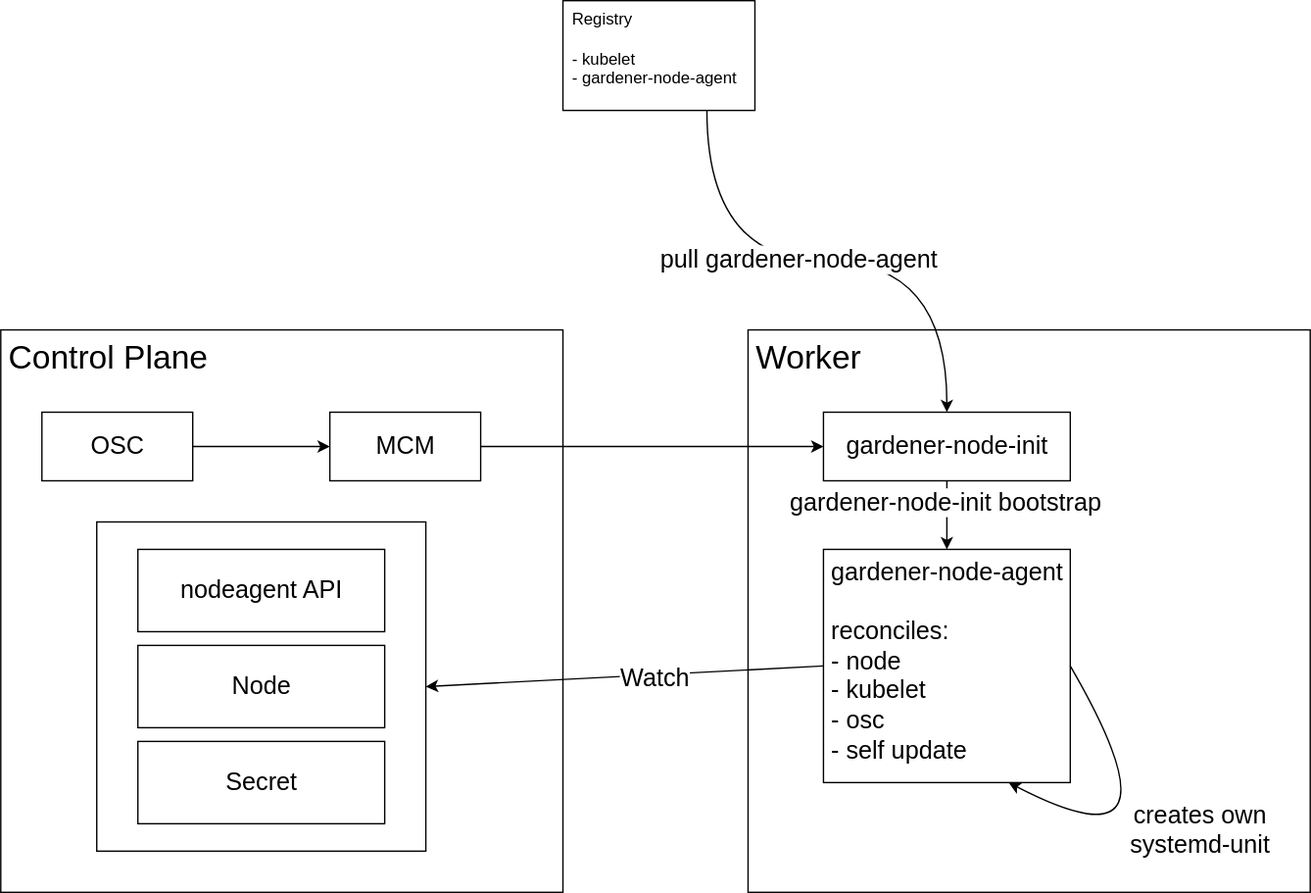
gardener-community/hackathon keeps this draw.io diagram as 2023-05-22-Leverkusen/gardener-node-agent/design.drawio.svg. Above is the earlier version. Source tidied: cells renumbered, new cells last; positions are measured from the earlier drawing's top-left corner, leaving out a move shared by most shapes.
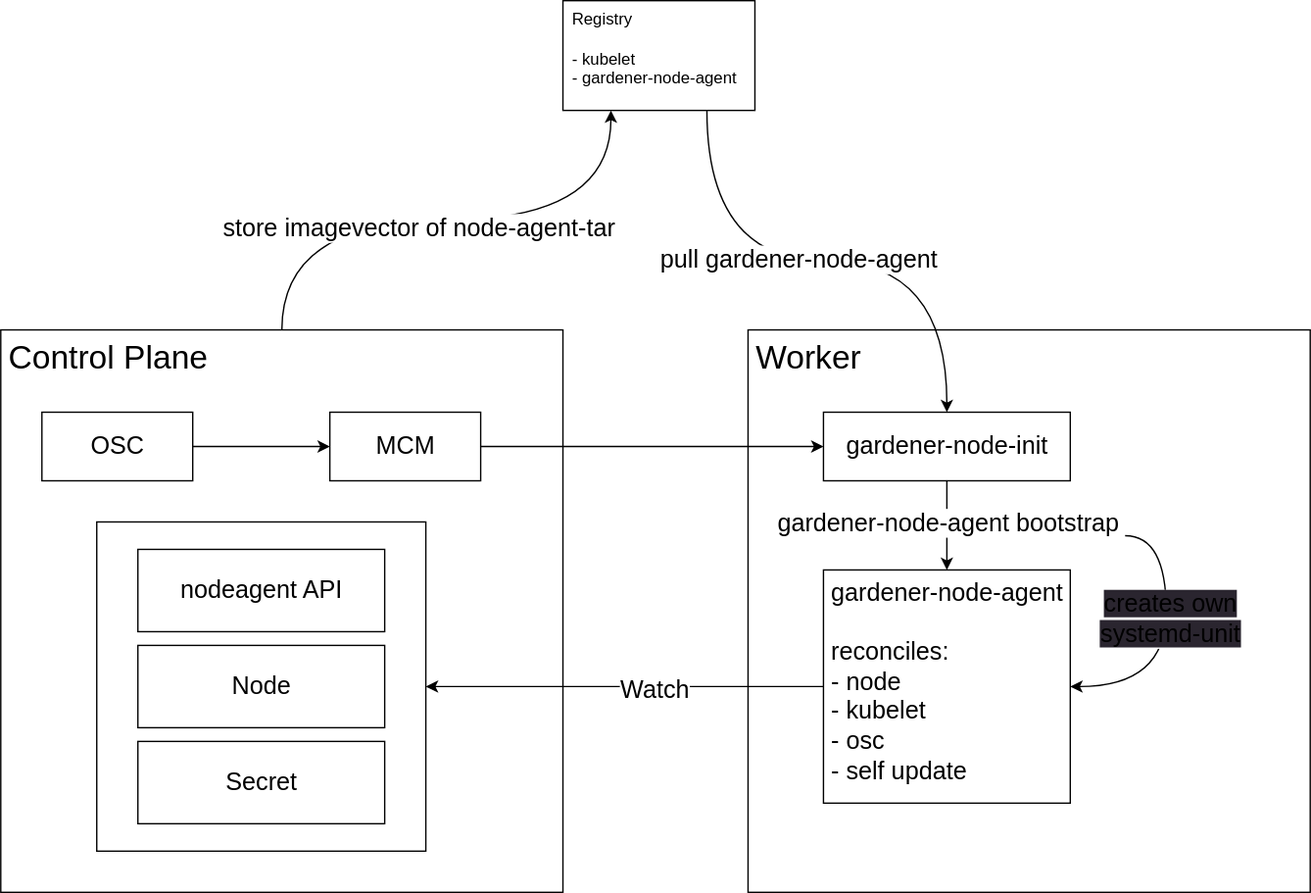
Later version of the same file.

Commit message:
Basic design drawing

The edit, as a diff of the source:
```diff
@@ -2,6 +2,14 @@
   <root>
     <mxCell id="0" />
     <mxCell id="1" parent="0" />
+    <mxCell id="23" style="edgeStyle=orthogonalEdgeStyle;curved=1;html=1;entryX=0.25;entryY=1;entryDx=0;entryDy=0;fontSize=18;" parent="1" edge="1" source="2" target="3">
+      <mxGeometry relative="1" as="geometry" />
+    </mxCell>
+    <mxCell id="24" value="store imagevector of node-agent-tar" style="edgeLabel;html=1;align=center;verticalAlign=middle;fontSize=18;" parent="23" vertex="1">
+      <mxGeometry x="-0.1" y="-4" relative="1" as="geometry">
+        <mxPoint y="1" as="offset" />
+      </mxGeometry>
+    </mxCell>
     <mxCell id="2" value="Control Plane" style="whiteSpace=wrap;html=1;align=left;verticalAlign=top;spacingLeft=4;fontSize=24;" parent="1" vertex="1">
       <mxGeometry y="240" width="410" height="410" as="geometry" />
     </mxCell>
@@ -26,8 +34,10 @@
     <mxCell id="9" style="edgeStyle=none;html=1;entryX=0.5;entryY=0;entryDx=0;entryDy=0;fontSize=18;" parent="1" edge="1" source="13" target="14">
       <mxGeometry relative="1" as="geometry" />
     </mxCell>
-    <mxCell id="10" value="gardener-node-init bootstrap" style="edgeLabel;html=1;align=center;verticalAlign=middle;fontSize=18;" parent="9" vertex="1">
-      <mxGeometry x="-0.4" y="-2" relative="1" as="geometry" />
+    <mxCell id="10" value="gardener-node-agent bootstrap" style="edgeLabel;html=1;align=center;verticalAlign=middle;fontSize=18;" parent="9" vertex="1">
+      <mxGeometry x="-0.4" y="-2" relative="1" as="geometry">
+        <mxPoint x="2" y="10" as="offset" />
+      </mxGeometry>
     </mxCell>
     <mxCell id="11" style="edgeStyle=orthogonalEdgeStyle;curved=1;html=1;fontSize=18;exitX=0.75;exitY=1;exitDx=0;exitDy=0;entryX=0.5;entryY=0;entryDx=0;entryDy=0;" parent="1" edge="1" source="3" target="13">
       <mxGeometry relative="1" as="geometry" />
@@ -39,18 +49,8 @@
       <mxGeometry x="600" y="300" width="180" height="50" as="geometry" />
     </mxCell>
     <mxCell id="14" value="gardener-node-agent&lt;br&gt;&lt;br&gt;&lt;div style=&quot;text-align: left;&quot;&gt;&lt;span style=&quot;background-color: initial;&quot;&gt;reconciles:&lt;/span&gt;&lt;/div&gt;&lt;div style=&quot;text-align: left;&quot;&gt;&lt;span style=&quot;background-color: initial;&quot;&gt;- node&lt;/span&gt;&lt;/div&gt;&lt;div style=&quot;text-align: left;&quot;&gt;&lt;span style=&quot;background-color: initial;&quot;&gt;- kubelet&lt;/span&gt;&lt;/div&gt;&lt;div style=&quot;text-align: left;&quot;&gt;&lt;span style=&quot;background-color: initial;&quot;&gt;- osc&lt;/span&gt;&lt;/div&gt;&lt;div style=&quot;text-align: left;&quot;&gt;&lt;span style=&quot;background-color: initial;&quot;&gt;- self update&lt;/span&gt;&lt;/div&gt;" style="html=1;fontSize=18;verticalAlign=top;" parent="1" vertex="1">
-      <mxGeometry x="600" y="400" width="180" height="170" as="geometry" />
+      <mxGeometry x="600" y="415" width="180" height="170" as="geometry" />
     </mxCell>
-    <mxCell id="15" style="edgeStyle=orthogonalEdgeStyle;curved=1;html=1;fontSize=18;exitX=1;exitY=0.5;exitDx=0;exitDy=0;entryX=0.75;entryY=1;entryDx=0;entryDy=0;" parent="1" edge="1" source="14" target="14">
-      <mxGeometry relative="1" as="geometry">
-        <Array as="points">
-          <mxPoint x="870" y="640" />
-        </Array>
-      </mxGeometry>
-    </mxCell>
-    <mxCell id="16" value="creates own systemd-unit" style="text;strokeColor=none;align=center;fillColor=none;html=1;verticalAlign=middle;whiteSpace=wrap;rounded=0;fontSize=18;" parent="1" vertex="1">
-      <mxGeometry x="800" y="570" width="150" height="70" as="geometry" />
-    </mxCell>
     <mxCell id="17" style="rounded=0;whiteSpace=wrap;html=1;fontSize=18;" parent="1" vertex="1">
       <mxGeometry x="70" y="380" width="240" height="240" as="geometry" />
     </mxCell>
@@ -69,5 +69,17 @@
     <mxCell id="22" value="Secret" style="html=1;fontSize=18;" parent="1" vertex="1">
       <mxGeometry x="100" y="540" width="180" height="60" as="geometry" />
     </mxCell>
+    <mxCell id="25" style="edgeStyle=orthogonalEdgeStyle;html=1;fontSize=24;entryX=1;entryY=0.5;entryDx=0;entryDy=0;curved=1;" parent="1" edge="1" target="14">
+      <mxGeometry relative="1" as="geometry">
+        <mxPoint x="820" y="390" as="sourcePoint" />
+        <Array as="points">
+          <mxPoint x="850" y="390" />
+          <mxPoint x="850" y="500" />
+        </Array>
+      </mxGeometry>
+    </mxCell>
+    <mxCell id="16" value="&lt;span style=&quot;background-color: rgb(42, 37, 47);&quot;&gt;creates own&lt;br&gt;systemd-unit&lt;/span&gt;" style="edgeLabel;html=1;align=center;verticalAlign=middle;fontSize=18;" parent="25" vertex="1">
+      <mxGeometry x="-0.14" y="2" relative="1" as="geometry" />
+    </mxCell>
   </root>
 </mxGraphModel>
```
